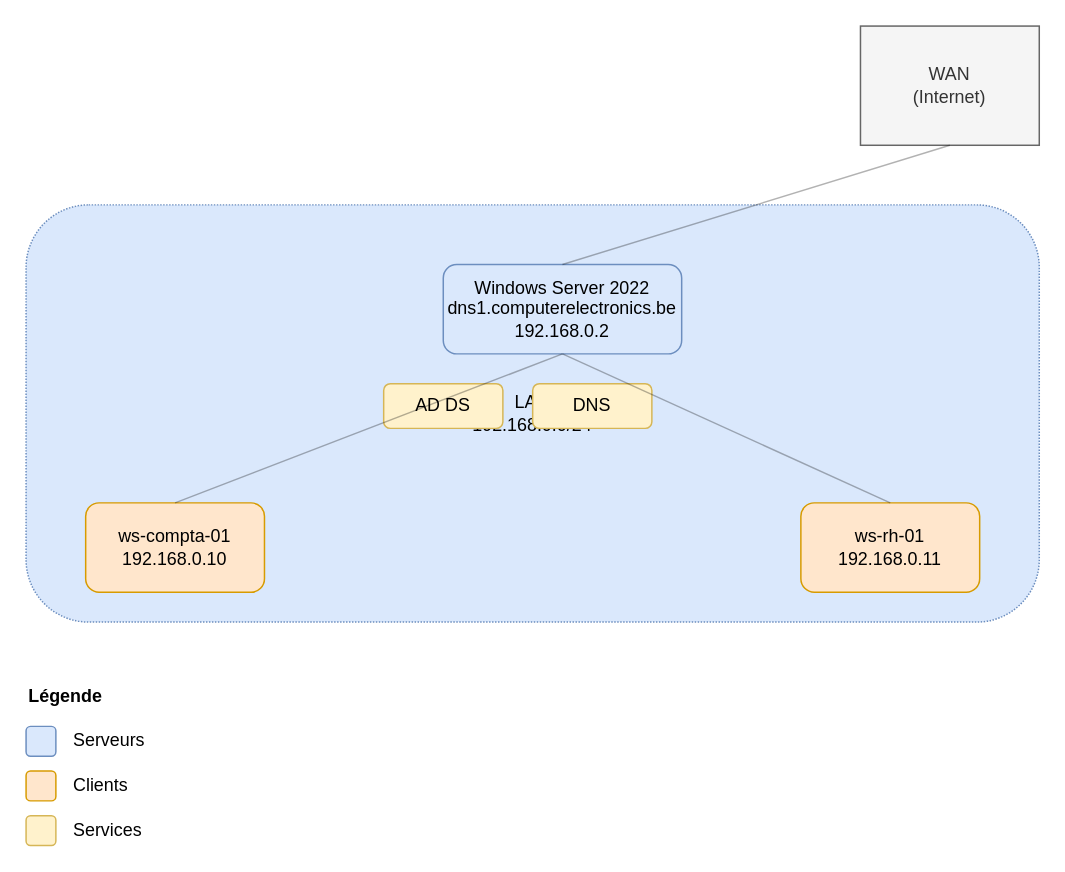
This is diagrams/infrastructure_complete.drawio from choquitofrito/ActiveDirectory, a draw.io file, before an edit. Source tidied: cells renumbered, new cells numbered last; positions are measured from the earlier drawing's top-left corner, leaving out a move shared by most shapes. Both pictures are drawn from the tidied source at 149%, with x=0, y=0 at pixel (25, 25).
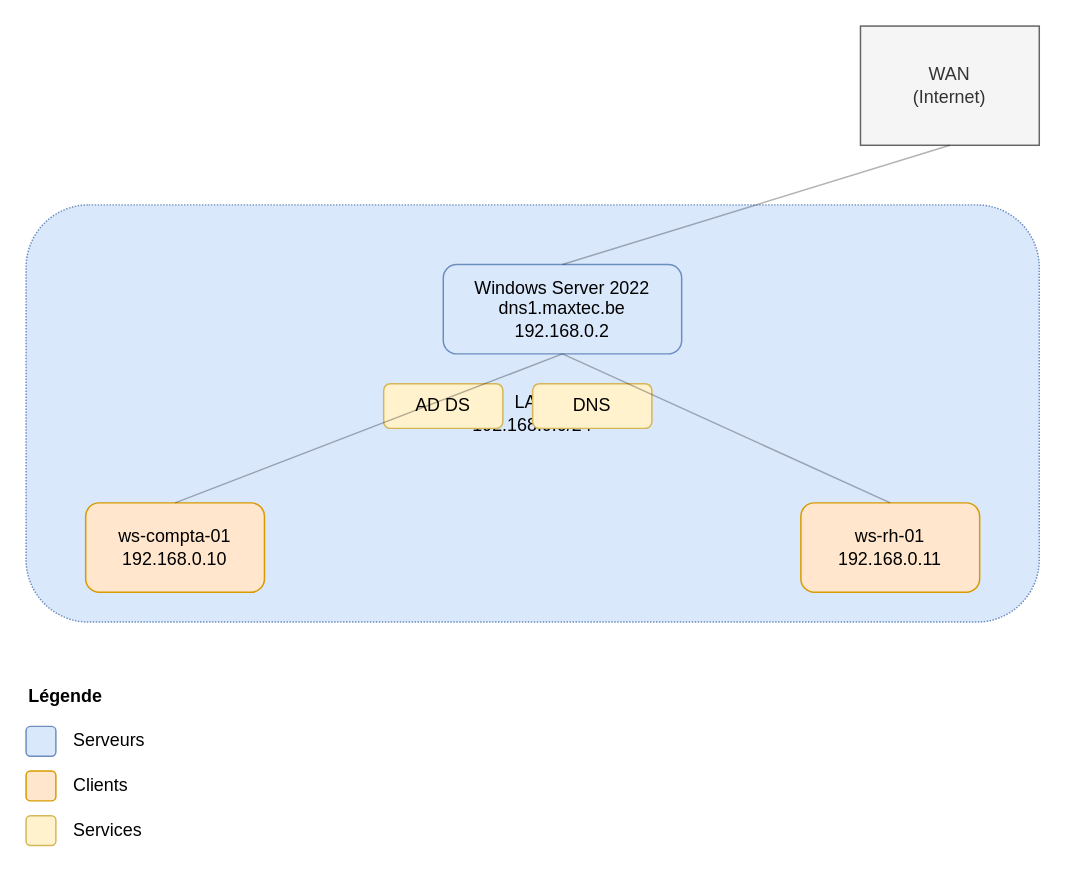
After the change.

The edit, as a diff of the source:
```diff
@@
 <mxGraphModel>
   <root>
     <mxCell id="0" />
     <mxCell id="1" parent="0" />
     <mxCell id="2" value="WAN&#10;(Internet)" style="cloud;whiteSpace=wrap;html=1;fillColor=#f5f5f5;strokeColor=#666666;fontColor=#333333;" parent="1" vertex="1">
       <mxGeometry x="560" width="120" height="80" as="geometry" />
     </mxCell>
     <mxCell id="3" value="LAN&#10;192.168.0.0/24" style="rounded=1;whiteSpace=wrap;html=1;fillColor=#dae8fc;strokeColor=#6c8ebf;dashed=1;dashPattern=1 1;" parent="1" vertex="1">
       <mxGeometry y="120" width="680" height="280" as="geometry" />
     </mxCell>
-    <mxCell id="4" value="Windows Server 2022&#10;dns1.computerelectronics.be&#10;192.168.0.2" style="rounded=1;whiteSpace=wrap;html=1;fillColor=#dae8fc;strokeColor=#6c8ebf;" parent="1" vertex="1">
+    <mxCell id="4" value="Windows Server 2022&#10;dns1.maxtec.be&#10;192.168.0.2" style="rounded=1;whiteSpace=wrap;html=1;fillColor=#dae8fc;strokeColor=#6c8ebf;" parent="1" vertex="1">
       <mxGeometry x="280" y="160" width="160" height="60" as="geometry" />
     </mxCell>
     <mxCell id="5" value="AD DS" style="rounded=1;whiteSpace=wrap;html=1;fillColor=#fff2cc;strokeColor=#d6b656;" parent="1" vertex="1">
       <mxGeometry x="240" y="240" width="80" height="30" as="geometry" />
     </mxCell>
     <mxCell id="6" value="DNS" style="rounded=1;whiteSpace=wrap;html=1;fillColor=#fff2cc;strokeColor=#d6b656;" parent="1" vertex="1">
       <mxGeometry x="340" y="240" width="80" height="30" as="geometry" />
     </mxCell>
     <mxCell id="7" value="ws-compta-01&#10;192.168.0.10" style="rounded=1;whiteSpace=wrap;html=1;fillColor=#ffe6cc;strokeColor=#d79b00;" parent="1" vertex="1">
       <mxGeometry x="40" y="320" width="120" height="60" as="geometry" />
     </mxCell>
     <mxCell id="8" value="ws-rh-01&#10;192.168.0.11" style="rounded=1;whiteSpace=wrap;html=1;fillColor=#ffe6cc;strokeColor=#d79b00;" parent="1" vertex="1">
       <mxGeometry x="520" y="320" width="120" height="60" as="geometry" />
     </mxCell>
     <mxCell id="9" style="endArrow=none;html=1;rounded=0;exitX=0.5;exitY=0;exitDx=0;exitDy=0;entryX=0.5;entryY=1;entryDx=0;entryDy=0;opacity=30;" parent="1" edge="1" source="7" target="4">
       <mxGeometry relative="1" as="geometry" />
     </mxCell>
     <mxCell id="10" style="endArrow=none;html=1;rounded=0;exitX=0.5;exitY=0;exitDx=0;exitDy=0;entryX=0.5;entryY=1;entryDx=0;entryDy=0;opacity=30;" parent="1" edge="1" source="8" target="4">
       <mxGeometry relative="1" as="geometry" />
     </mxCell>
     <mxCell id="11" style="endArrow=none;html=1;rounded=0;exitX=0.5;exitY=0;exitDx=0;exitDy=0;entryX=0.5;entryY=1;entryDx=0;entryDy=0;opacity=30;" parent="1" edge="1" source="4" target="2">
       <mxGeometry relative="1" as="geometry" />
     </mxCell>
     <mxCell id="12" value="Légende" style="text;html=1;strokeColor=none;fillColor=none;align=left;verticalAlign=middle;whiteSpace=wrap;rounded=0;fontStyle=1;" parent="1" vertex="1">
       <mxGeometry y="440" width="60" height="20" as="geometry" />
     </mxCell>
     <mxCell id="13" style="rounded=1;whiteSpace=wrap;html=1;fillColor=#dae8fc;strokeColor=#6c8ebf;" parent="1" vertex="1">
       <mxGeometry y="470" width="20" height="20" as="geometry" />
     </mxCell>
     <mxCell id="14" value="Serveurs" style="text;html=1;strokeColor=none;fillColor=none;align=left;verticalAlign=middle;whiteSpace=wrap;rounded=0;" parent="1" vertex="1">
       <mxGeometry x="30" y="470" width="60" height="20" as="geometry" />
     </mxCell>
     <mxCell id="15" style="rounded=1;whiteSpace=wrap;html=1;fillColor=#ffe6cc;strokeColor=#d79b00;" parent="1" vertex="1">
       <mxGeometry y="500" width="20" height="20" as="geometry" />
     </mxCell>
     <mxCell id="16" value="Clients" style="text;html=1;strokeColor=none;fillColor=none;align=left;verticalAlign=middle;whiteSpace=wrap;rounded=0;" parent="1" vertex="1">
       <mxGeometry x="30" y="500" width="60" height="20" as="geometry" />
     </mxCell>
     <mxCell id="17" style="rounded=1;whiteSpace=wrap;html=1;fillColor=#fff2cc;strokeColor=#d6b656;" parent="1" vertex="1">
       <mxGeometry y="530" width="20" height="20" as="geometry" />
     </mxCell>
     <mxCell id="18" value="Services" style="text;html=1;strokeColor=none;fillColor=none;align=left;verticalAlign=middle;whiteSpace=wrap;rounded=0;" parent="1" vertex="1">
       <mxGeometry x="30" y="530" width="60" height="20" as="geometry" />
     </mxCell>
   </root>
 </mxGraphModel>
```
